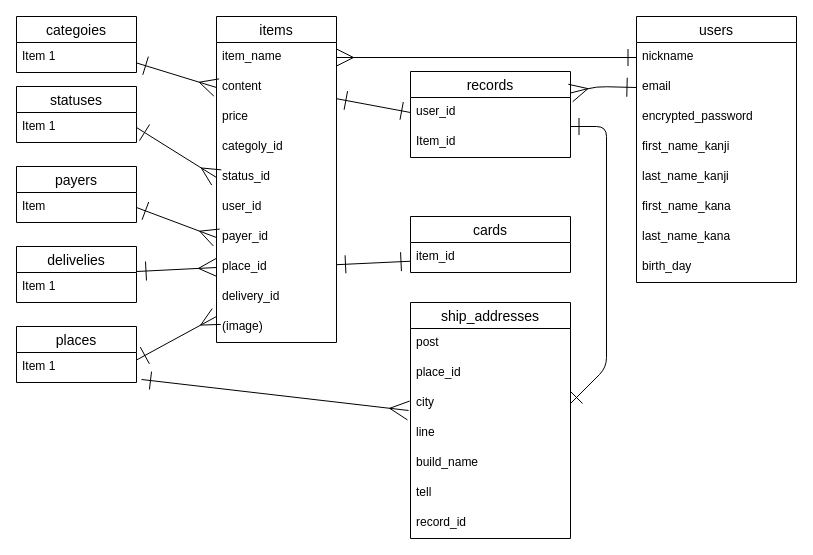
Above: test.dio in nogusan/furima-38428 (draw.io), before the change. Source tidied: cells renumbered, new cells numbered last; positions are measured from the earlier drawing's top-left corner, leaving out a move shared by most shapes. Both pictures are drawn from the tidied source at 100%, with x=0, y=0 at pixel (16, 16).
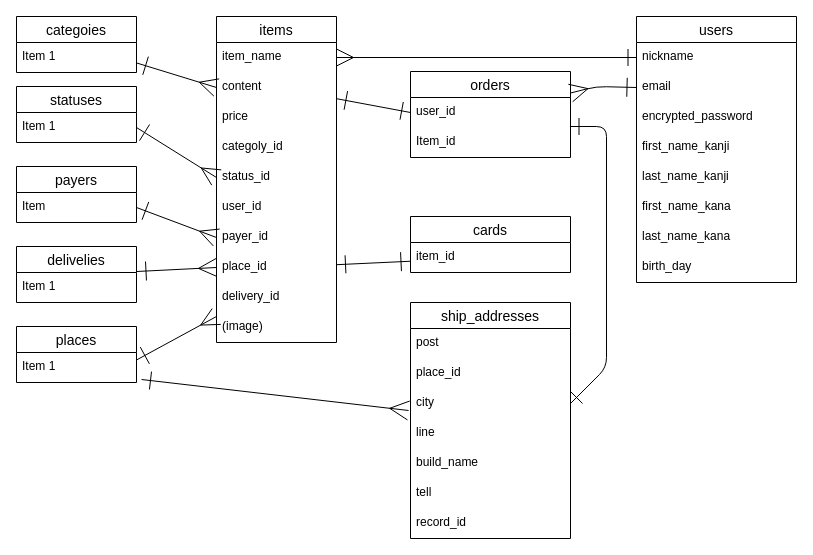
After the change.

Diff of the diagram source:
```diff
@@
-    <mxCell id="46" value="records" style="swimlane;fontStyle=0;horizontal=1;startSize=26;align=center;fontSize=14;" parent="1" vertex="1">
+    <mxCell id="46" value="orders" style="swimlane;fontStyle=0;horizontal=1;startSize=26;align=center;fontSize=14;" parent="1" vertex="1">
       <mxGeometry x="394" y="55" width="160" height="86" as="geometry" />
     </mxCell>
```
